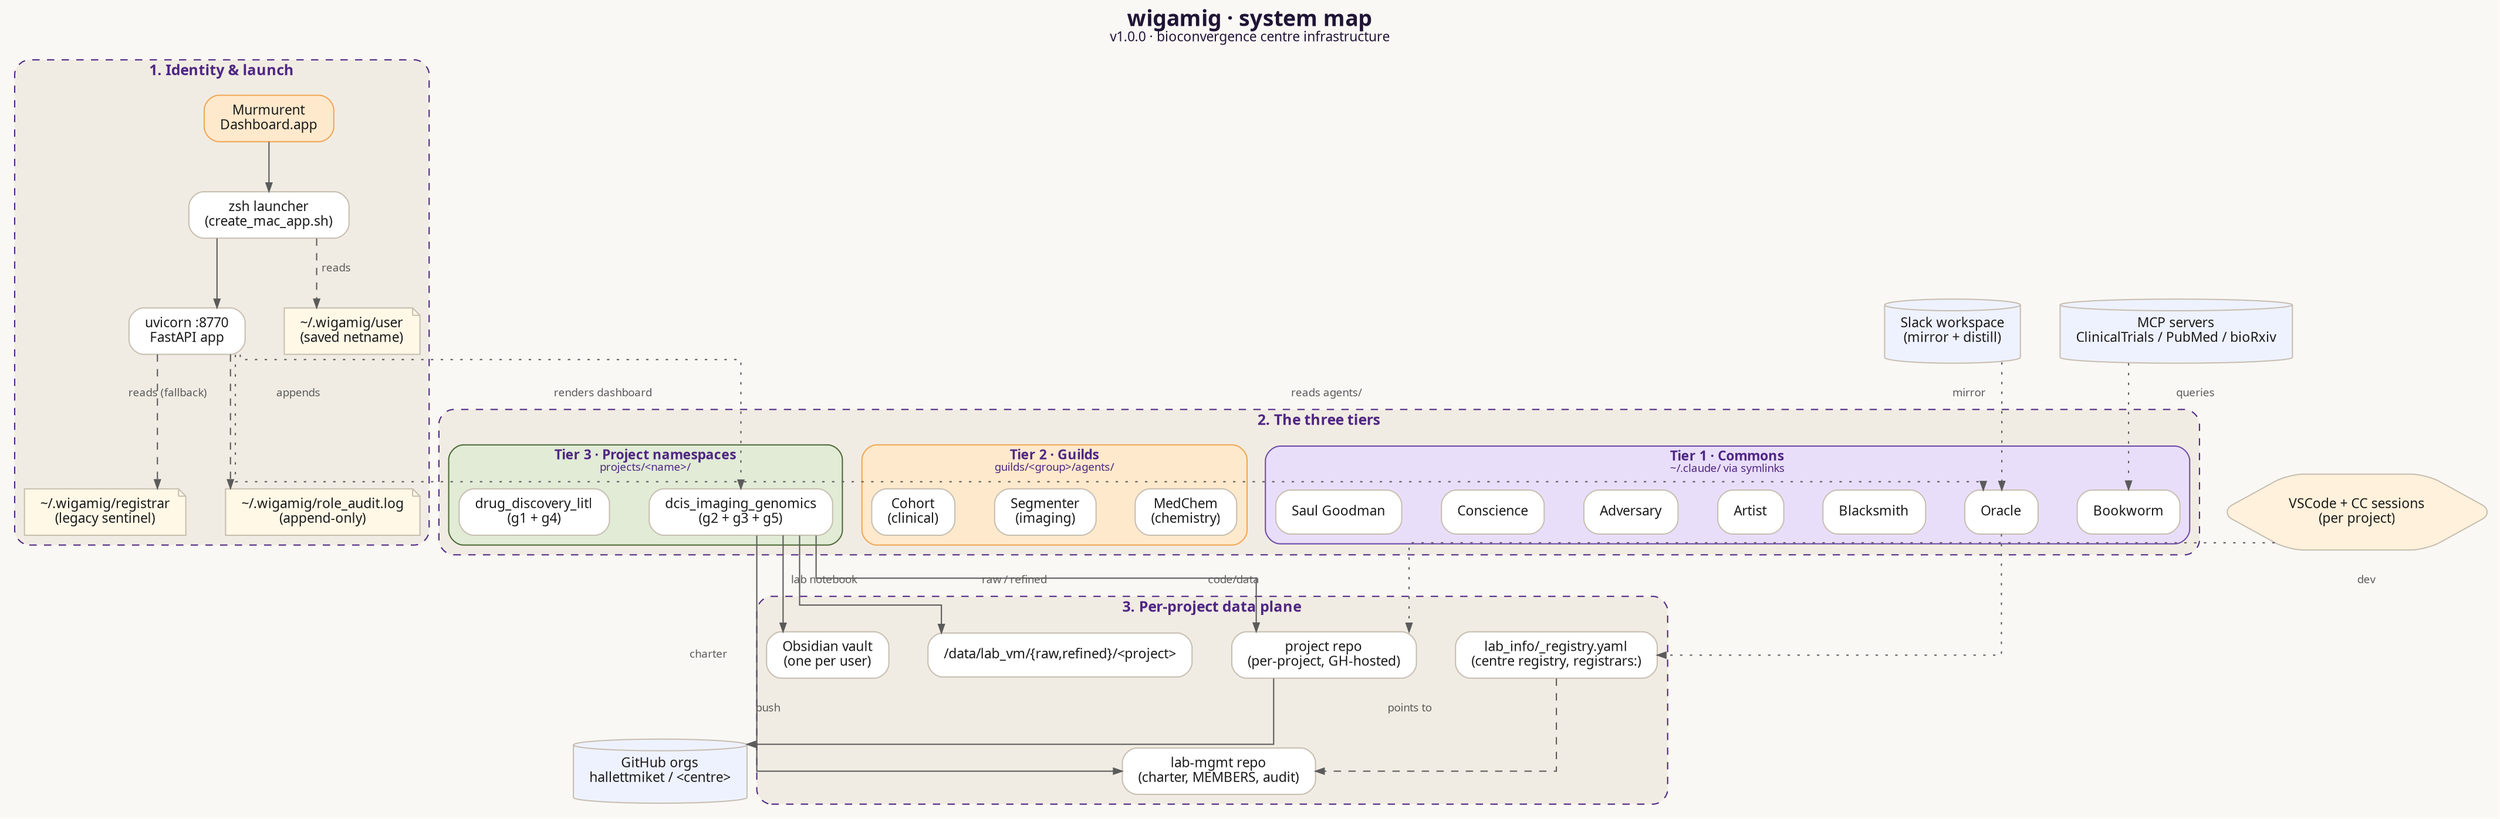
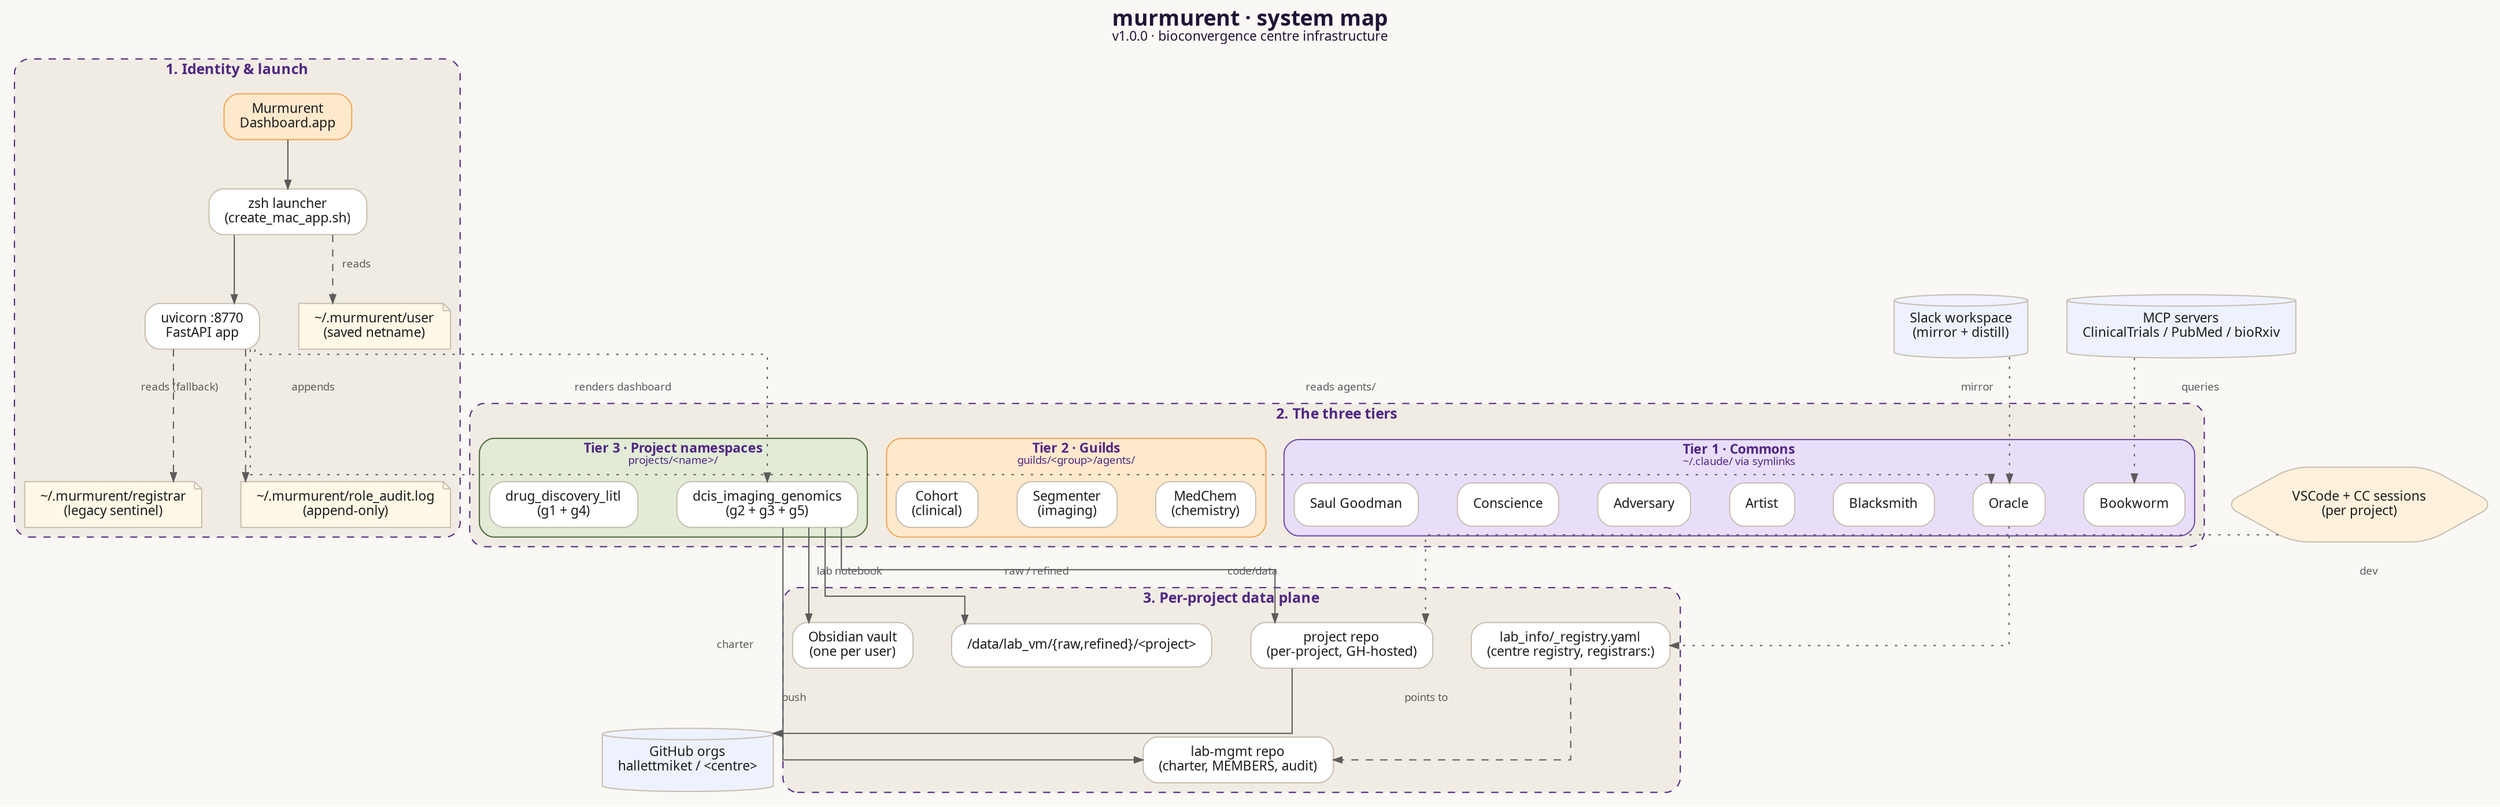
- // Purpose: One-page system map of wigamig — identity & launch, the three
+ // Purpose: One-page system map of murmurent — identity & launch, the three
//          tiers (Commons / Guilds / Project namespaces), and the per-project
//          data plane. Companion to docs/diagrams/install_modes.dot which
//          drills into local-vs-lab-server placement.
// Author:  Mike Hallett (with Claude Code)
// Date:    2026-05-13
// Render:  bash scripts/render_diagrams.sh

- digraph wigamig_system_map {
+ digraph murmurent_system_map {
  rankdir=TB;
  bgcolor="#FAF8F5";
  fontname="EB Garamond";
  labelloc="t";
-   label=<<B>wigamig &middot; system map</B><BR/><FONT POINT-SIZE="11">v1.0.0 &middot; bioconvergence centre infrastructure</FONT>>;
+   label=<<B>murmurent &middot; system map</B><BR/><FONT POINT-SIZE="11">v1.0.0 &middot; bioconvergence centre infrastructure</FONT>>;
  fontsize=18;
  fontcolor="#201436";
  splines=ortho;
  nodesep=0.45;
  ranksep=0.55;

  // Default node styling — squared-off, EB Garamond, Western purple/cream.
  node [
    shape=box,
    style="filled,rounded",
    fontname="EB Garamond",
    fontsize=11,
    fillcolor="#FFFFFF",
    color="#C7BFB1",
    fontcolor="#1A1A1A",
    margin="0.18,0.10",
  ];
  edge [
    color="#5B5B5B",
    fontname="Courier Prime",
    fontsize=9,
    fontcolor="#5B5B5B",
    arrowsize=0.7,
  ];

  // -----------------------------------------------------------------
  // Lane 1 — Identity & launch
  // -----------------------------------------------------------------
  subgraph cluster_launch {
    label=<<B>1. Identity &amp; launch</B>>;
    fontsize=12;
    fontcolor="#4F2683";
    color="#4F2683";
    style="rounded,dashed";
    bgcolor="#F1ECE3";

    icon       [label="Murmurent\nDashboard.app",       fillcolor="#FFE9CC", color="#F0A757"];
    launcher   [label="zsh launcher\n(create_mac_app.sh)"];
    uvicorn    [label="uvicorn :8770\nFastAPI app"];
-     sentinel_user [label="~/.wigamig/user\n(saved netname)",     shape=note, fillcolor="#FFF8E6"];
-     sentinel_reg  [label="~/.wigamig/registrar\n(legacy sentinel)", shape=note, fillcolor="#FFF8E6"];
-     audit         [label="~/.wigamig/role_audit.log\n(append-only)", shape=note, fillcolor="#FFF8E6"];
+     sentinel_user [label="~/.murmurent/user\n(saved netname)",     shape=note, fillcolor="#FFF8E6"];
+     sentinel_reg  [label="~/.murmurent/registrar\n(legacy sentinel)", shape=note, fillcolor="#FFF8E6"];
+     audit         [label="~/.murmurent/role_audit.log\n(append-only)", shape=note, fillcolor="#FFF8E6"];

    icon -> launcher -> uvicorn;
    launcher -> sentinel_user [style=dashed, label="reads"];
    uvicorn  -> audit         [style=dashed, label="appends"];
    uvicorn  -> sentinel_reg  [style=dashed, label="reads (fallback)"];
  }

  // -----------------------------------------------------------------
  // Lane 2 — Three tiers
  // -----------------------------------------------------------------
  subgraph cluster_tiers {
    label=<<B>2. The three tiers</B>>;
    fontsize=12;
    fontcolor="#4F2683";
    color="#4F2683";
    style="rounded,dashed";
    bgcolor="#F1ECE3";

    // Commons (Tier 1)
    subgraph cluster_commons {
      label=<<B>Tier 1 &middot; Commons</B><BR/><FONT POINT-SIZE="9">~/.claude/ via symlinks</FONT>>;
      fontsize=11;
      color="#6F4DA8";
      style="rounded,filled";
      fillcolor="#E9DEFA";
      oracle      [label="Oracle"];
      bookworm    [label="Bookworm"];
      blacksmith  [label="Blacksmith"];
      artist      [label="Artist"];
      adversary   [label="Adversary"];
      conscience  [label="Conscience"];
      saul        [label="Saul Goodman"];
    }

    // Guilds (Tier 2)
    subgraph cluster_guilds {
      label=<<B>Tier 2 &middot; Guilds</B><BR/><FONT POINT-SIZE="9">guilds/&lt;group&gt;/agents/</FONT>>;
      fontsize=11;
      color="#F0A757";
      style="rounded,filled";
      fillcolor="#FFE9CC";
      medchem     [label="MedChem\n(chemistry)"];
      segmenter   [label="Segmenter\n(imaging)"];
      cohort      [label="Cohort\n(clinical)"];
    }

    // Projects (Tier 3)
    subgraph cluster_projects {
      label=<<B>Tier 3 &middot; Project namespaces</B><BR/><FONT POINT-SIZE="9">projects/&lt;name&gt;/</FONT>>;
      fontsize=11;
      color="#4F6B3A";
      style="rounded,filled";
      fillcolor="#E1EBD6";
      proj1       [label="dcis_imaging_genomics\n(g2 + g3 + g5)"];
      proj2       [label="drug_discovery_litl\n(g1 + g4)"];
    }
  }

  // -----------------------------------------------------------------
  // Lane 3 — Per-project data plane
  // -----------------------------------------------------------------
  subgraph cluster_data {
    label=<<B>3. Per-project data plane</B>>;
    fontsize=12;
    fontcolor="#4F2683";
    color="#4F2683";
    style="rounded,dashed";
    bgcolor="#F1ECE3";

    lab_mgmt    [label="lab-mgmt repo\n(charter, MEMBERS, audit)",            fillcolor="#FFFFFF"];
    registry    [label="lab_info/_registry.yaml\n(centre registry, registrars:)", fillcolor="#FFFFFF"];
    proj_repo   [label="project repo\n(per-project, GH-hosted)",              fillcolor="#FFFFFF"];
    lab_vm      [label="/data/lab_vm/{raw,refined}/&lt;project&gt;",         fillcolor="#FFFFFF"];
    vault       [label="Obsidian vault\n(one per user)",                      fillcolor="#FFFFFF"];
  }

  // -----------------------------------------------------------------
  // External / sidebar nodes
  // -----------------------------------------------------------------
  github   [label="GitHub orgs\nhallettmiket / &lt;centre&gt;",      shape=cylinder, fillcolor="#EEF2FF"];
  slack    [label="Slack workspace\n(mirror + distill)",              shape=cylinder, fillcolor="#EEF2FF"];
  mcp      [label="MCP servers\nClinicalTrials / PubMed / bioRxiv",   shape=cylinder, fillcolor="#EEF2FF"];
  vscode   [label="VSCode + CC sessions\n(per project)",              shape=hexagon, fillcolor="#FFF1DB"];

  // -----------------------------------------------------------------
  // Connections across lanes
  // -----------------------------------------------------------------
  uvicorn  -> oracle       [lhead=cluster_commons, label="reads agents/", style=dotted];
  uvicorn  -> proj1        [lhead=cluster_projects, label="renders dashboard", style=dotted];

  proj1 -> lab_mgmt   [label="charter"];
  proj1 -> proj_repo  [label="code/data"];
  proj1 -> lab_vm     [label="raw / refined"];
  proj1 -> vault      [label="lab notebook"];
  proj_repo -> github [label="push"];

  registry -> lab_mgmt [style=dashed, label="points to"];
  oracle   -> registry [style=dotted];

  vscode  -> proj_repo  [style=dotted, label="dev"];
  slack   -> oracle     [style=dotted, label="mirror"];
  mcp     -> bookworm   [style=dotted, label="queries"];
}
